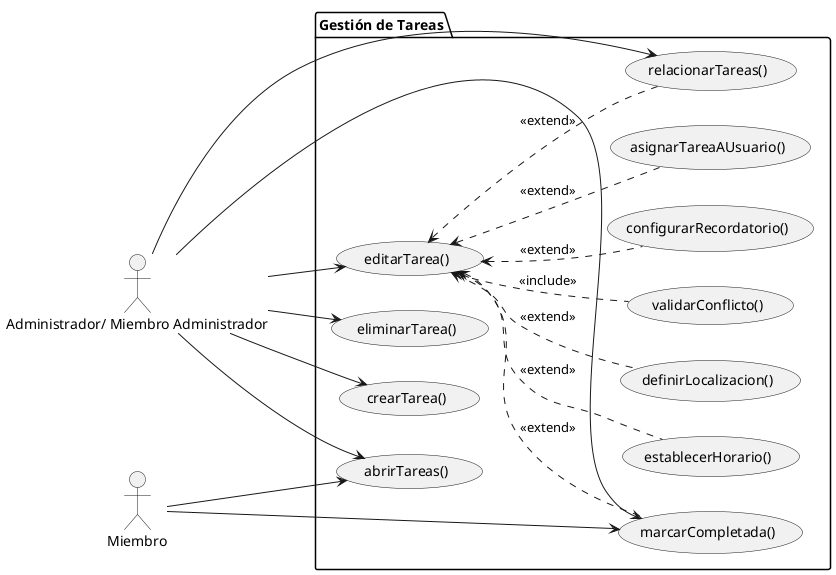
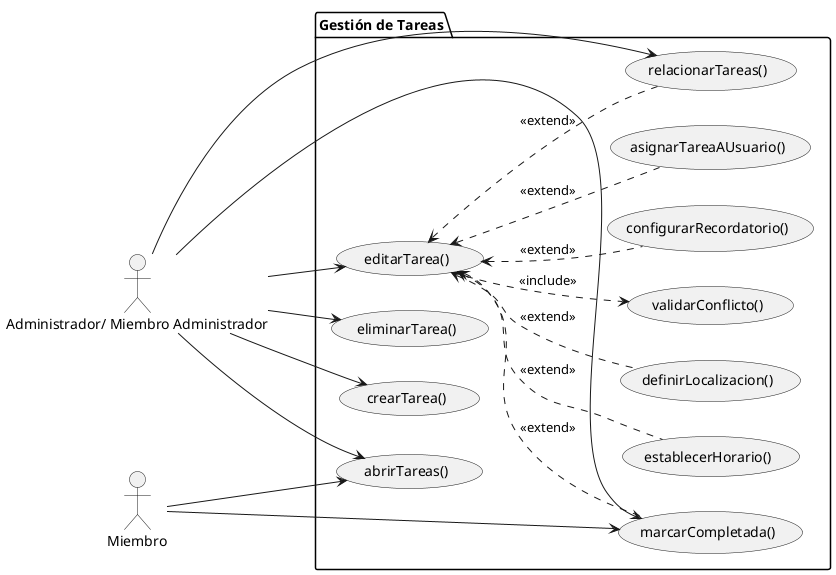
@startuml DiagramaGestionTareas
left to right direction

actor "Administrador/ Miembro Administrador" as Admin
actor "Miembro" as Miem

package "Gestión de Tareas" {
    ' Casos de Uso Principales
    usecase "crearTarea()" as UC1
    usecase "editarTarea()" as UC2
    usecase "eliminarTarea()" as UC3
    usecase "marcarCompletada()" as UC4
    usecase "abrirTareas()" as UC8

    ' Casos de Uso de Detalle (Extensiones)
    usecase "relacionarTareas()" as UC5
    usecase "establecerHorario()" as UC6
    usecase "definirLocalizacion()" as UC7
    usecase "validarConflicto()" as UC9
    usecase "configurarRecordatorio()" as UC10
    usecase "asignarTareaAUsuario()" as UC11
}

' Relaciones directas para el Administrador
Admin --> UC1
Admin --> UC2
Admin --> UC3
Admin --> UC4
Admin --> UC5
Admin --> UC8

' Relaciones directas para el Miembro
Miem --> UC4
Miem --> UC8

' Relaciones de extensión (UC2 concentra ahora toda la configuración avanzada)
UC2 <.. UC4 : <<extend>>
UC2 <.. UC5 : <<extend>>
UC2 <.. UC6 : <<extend>>
UC2 <.. UC7 : <<extend>>
- UC2 <.. UC9 : <<include>>
+ UC2 ..> UC9 : <<include>>
UC2 <.. UC10 : <<extend>>
UC2 <.. UC11 : <<extend>>

@enduml